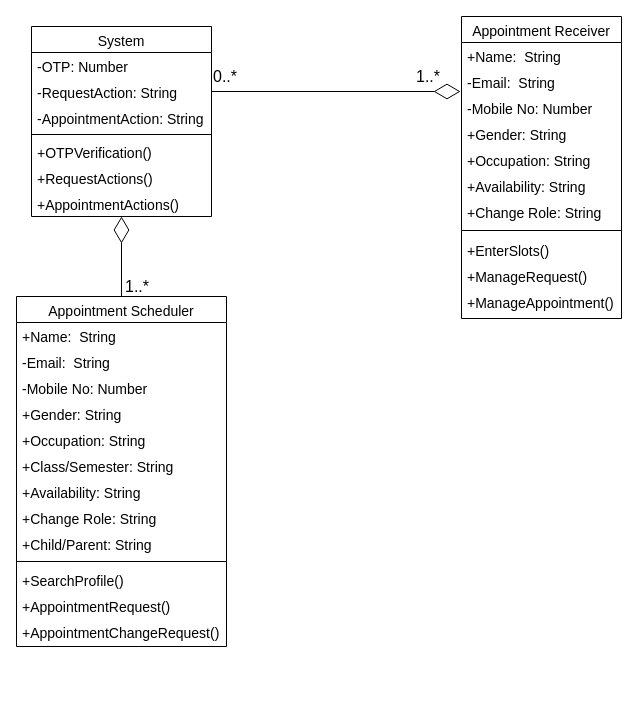
The draw.io diagram Class Diagram.drawio in Yash7200/CP-1, before the edit. Source tidied: cells renumbered, new cells numbered last; positions are measured from the earlier drawing's top-left corner, leaving out a move shared by most shapes. Both pictures are drawn from the tidied source at 100%, with x=0, y=0 at pixel (16, 16).
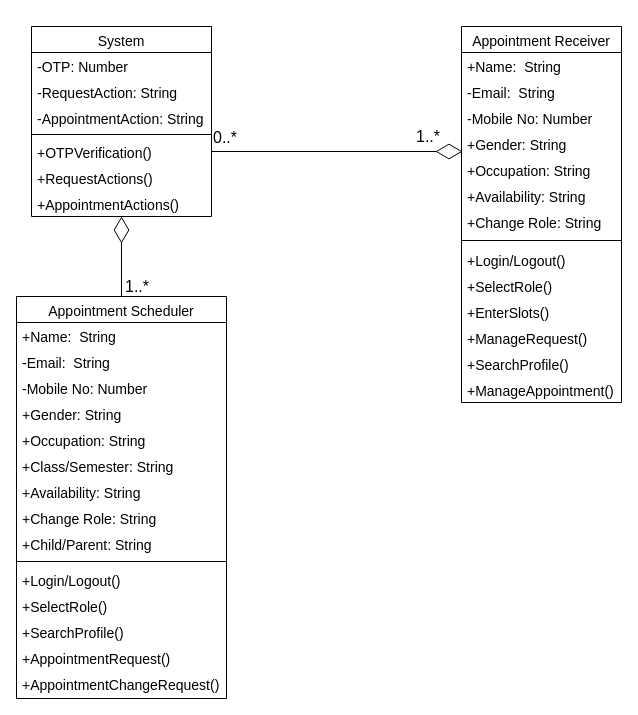
The same diagram, later.

The change refers to these unchanged cells:
```xml
<mxCell id="4" value="-RequestAction: String" style="text;align=left;verticalAlign=top;spacingLeft=4;spacingRight=4;overflow=hidden;points=[[0,0.5],[1,0.5]];portConstraint=eastwest;rounded=0;shadow=0;html=0;fontSize=14;" parent="2" vertex="1">
  <mxGeometry y="52" width="180" height="26" as="geometry" />
</mxCell>
<mxCell id="7" value="+OTPVerification()" style="text;align=left;verticalAlign=top;spacingLeft=4;spacingRight=4;overflow=hidden;points=[[0,0.5],[1,0.5]];portConstraint=eastwest;fontSize=14;" parent="2" vertex="1">
  <mxGeometry y="112" width="180" height="26" as="geometry" />
</mxCell>
<mxCell id="14" value="+Gender: String" style="text;align=left;verticalAlign=top;spacingLeft=4;spacingRight=4;overflow=hidden;points=[[0,0.5],[1,0.5]];portConstraint=eastwest;rounded=0;shadow=0;html=0;fontSize=14;" parent="10" vertex="1">
  <mxGeometry y="104" width="160" height="26" as="geometry" />
</mxCell>
```

Change to the diagram source:
```diff
@@
     <mxCell id="10" value="Appointment Receiver" style="swimlane;fontStyle=0;align=center;verticalAlign=top;horizontal=1;startSize=26;rounded=0;shadow=0;strokeWidth=1;fontSize=14;" parent="1" vertex="1">
-      <mxGeometry x="445" width="160" height="302" as="geometry" />
+      <mxGeometry x="445" y="10" width="160" height="376" as="geometry" />
     </mxCell>
@@
+    <mxCell id="41" value="+Login/Logout()" style="text;align=left;verticalAlign=top;spacingLeft=4;spacingRight=4;overflow=hidden;fontSize=14;" parent="10" vertex="1">
+      <mxGeometry y="220" width="160" height="26" as="geometry" />
+    </mxCell>
+    <mxCell id="42" value="+SelectRole()" style="text;align=left;verticalAlign=top;spacingLeft=4;spacingRight=4;overflow=hidden;fontSize=14;" parent="10" vertex="1">
+      <mxGeometry y="246" width="160" height="26" as="geometry" />
+    </mxCell>
     <mxCell id="19" value="+EnterSlots()" style="text;align=left;verticalAlign=top;spacingLeft=4;spacingRight=4;overflow=hidden;fontSize=14;" parent="10" vertex="1">
-      <mxGeometry y="220" width="160" height="26" as="geometry" />
+      <mxGeometry y="272" width="160" height="26" as="geometry" />
     </mxCell>
     <mxCell id="20" value="+ManageRequest()" style="text;align=left;verticalAlign=top;spacingLeft=4;spacingRight=4;overflow=hidden;fontSize=14;" parent="10" vertex="1">
-      <mxGeometry y="246" width="160" height="26" as="geometry" />
+      <mxGeometry y="298" width="160" height="26" as="geometry" />
     </mxCell>
+    <mxCell id="43" value="+SearchProfile()" style="text;align=left;verticalAlign=top;spacingLeft=4;spacingRight=4;overflow=hidden;fontSize=14;" parent="10" vertex="1">
+      <mxGeometry y="324" width="160" height="26" as="geometry" />
+    </mxCell>
     <mxCell id="21" value="+ManageAppointment()" style="text;align=left;verticalAlign=top;spacingLeft=4;spacingRight=4;overflow=hidden;fontSize=14;" parent="10" vertex="1">
-      <mxGeometry y="272" width="160" height="26" as="geometry" />
+      <mxGeometry y="350" width="160" height="26" as="geometry" />
     </mxCell>
     <mxCell id="22" value="Appointment Scheduler" style="swimlane;fontStyle=0;align=center;verticalAlign=top;horizontal=1;startSize=26;rounded=0;shadow=0;strokeWidth=1;fontSize=14;" parent="1" vertex="1">
-      <mxGeometry y="280" width="210" height="350" as="geometry" />
+      <mxGeometry y="280" width="210" height="402" as="geometry" />
     </mxCell>
@@
+    <mxCell id="44" value="+Login/Logout()" style="text;align=left;verticalAlign=top;spacingLeft=4;spacingRight=4;overflow=hidden;fontSize=14;" parent="22" vertex="1">
+      <mxGeometry y="270" width="210" height="26" as="geometry" />
+    </mxCell>
+    <mxCell id="45" value="+SelectRole()" style="text;align=left;verticalAlign=top;spacingLeft=4;spacingRight=4;overflow=hidden;fontSize=14;" parent="22" vertex="1">
+      <mxGeometry y="296" width="210" height="26" as="geometry" />
+    </mxCell>
     <mxCell id="33" value="+SearchProfile()" style="text;align=left;verticalAlign=top;spacingLeft=4;spacingRight=4;overflow=hidden;fontSize=14;" parent="22" vertex="1">
-      <mxGeometry y="270" width="210" height="26" as="geometry" />
+      <mxGeometry y="322" width="210" height="26" as="geometry" />
     </mxCell>
     <mxCell id="34" value="+AppointmentRequest()" style="text;align=left;verticalAlign=top;spacingLeft=4;spacingRight=4;overflow=hidden;fontSize=14;" parent="22" vertex="1">
-      <mxGeometry y="296" width="210" height="26" as="geometry" />
+      <mxGeometry y="348" width="210" height="26" as="geometry" />
     </mxCell>
     <mxCell id="35" value="+AppointmentChangeRequest()" style="text;align=left;verticalAlign=top;spacingLeft=4;spacingRight=4;overflow=hidden;fontSize=14;" parent="22" vertex="1">
-      <mxGeometry y="322" width="210" height="28" as="geometry" />
+      <mxGeometry y="374" width="210" height="28" as="geometry" />
     </mxCell>
@@
-    <mxCell id="37" style="endArrow=diamondThin;endFill=0;endSize=24;html=1;rounded=0;fontSize=16;exitX=1;exitY=0.5;exitDx=0;exitDy=0;" parent="1" edge="1" source="4">
-      <mxGeometry relative="1" as="geometry">
-        <mxPoint x="444" y="75" as="targetPoint" />
-      </mxGeometry>
+    <mxCell id="37" style="endArrow=diamondThin;endFill=0;endSize=24;html=1;rounded=0;fontSize=16;exitX=1;exitY=0.5;exitDx=0;exitDy=0;entryX=0.006;entryY=0.808;entryDx=0;entryDy=0;entryPerimeter=0;" parent="1" edge="1" source="7" target="14">
+      <mxGeometry relative="1" as="geometry" />
     </mxCell>
     <mxCell id="38" value="0..*" style="align=left;verticalAlign=bottom;labelBackgroundColor=none;fontSize=16;" parent="1" vertex="1">
-      <mxGeometry x="195" y="70" as="geometry" />
+      <mxGeometry x="195" y="60" as="geometry">
+        <mxPoint y="71" as="offset" />
+      </mxGeometry>
     </mxCell>
     <mxCell id="39" value="1..*" style="align=right;verticalAlign=bottom;labelBackgroundColor=none;fontSize=16;" parent="1" vertex="1">
-      <mxGeometry x="425" y="70" as="geometry" />
+      <mxGeometry x="425" y="130" as="geometry" />
     </mxCell>
```
